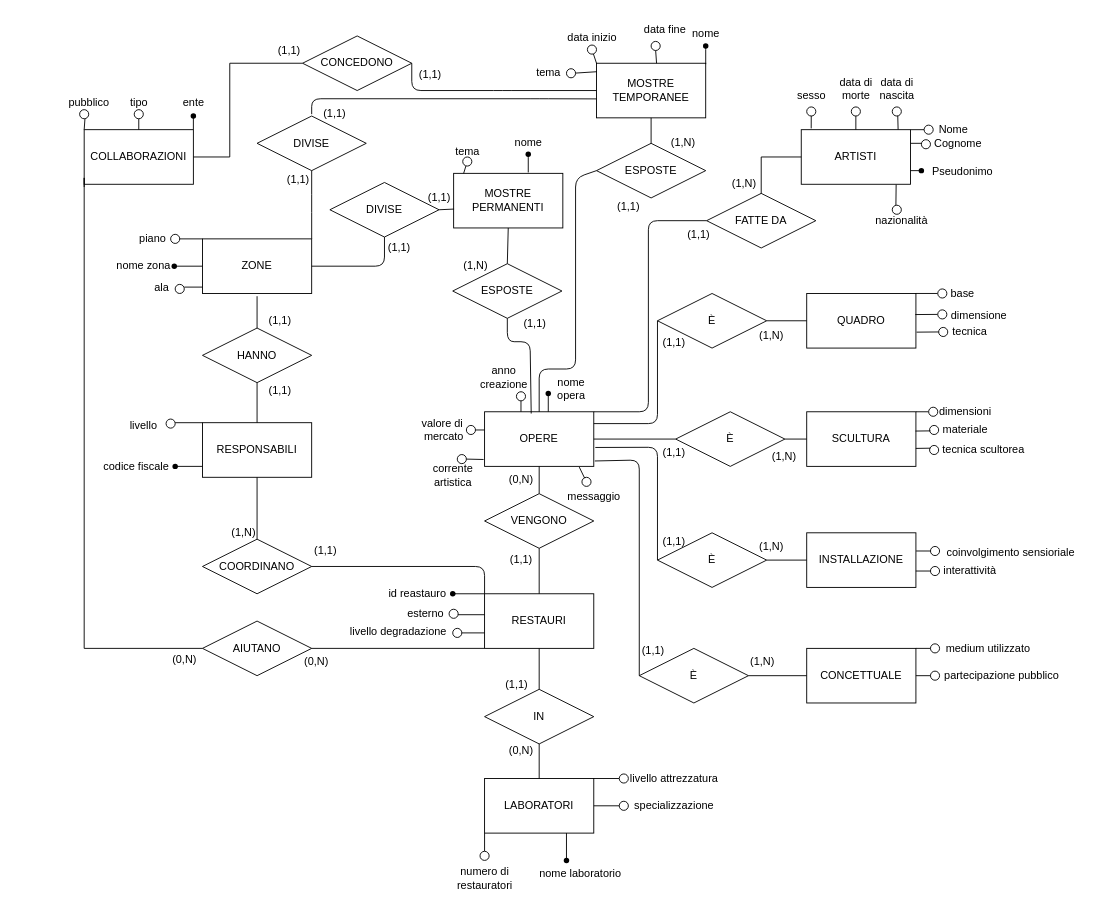
Before: museo-ristrutturato.drawio in ColdBerri/Database-Unipd-2025, a draw.io diagram. Source tidied: cells renumbered, new cells numbered last; positions are measured from the earlier drawing's top-left corner, leaving out a move shared by most shapes. Both pictures are drawn from the tidied source at 91%, with x=0, y=0 at pixel (56, 15).
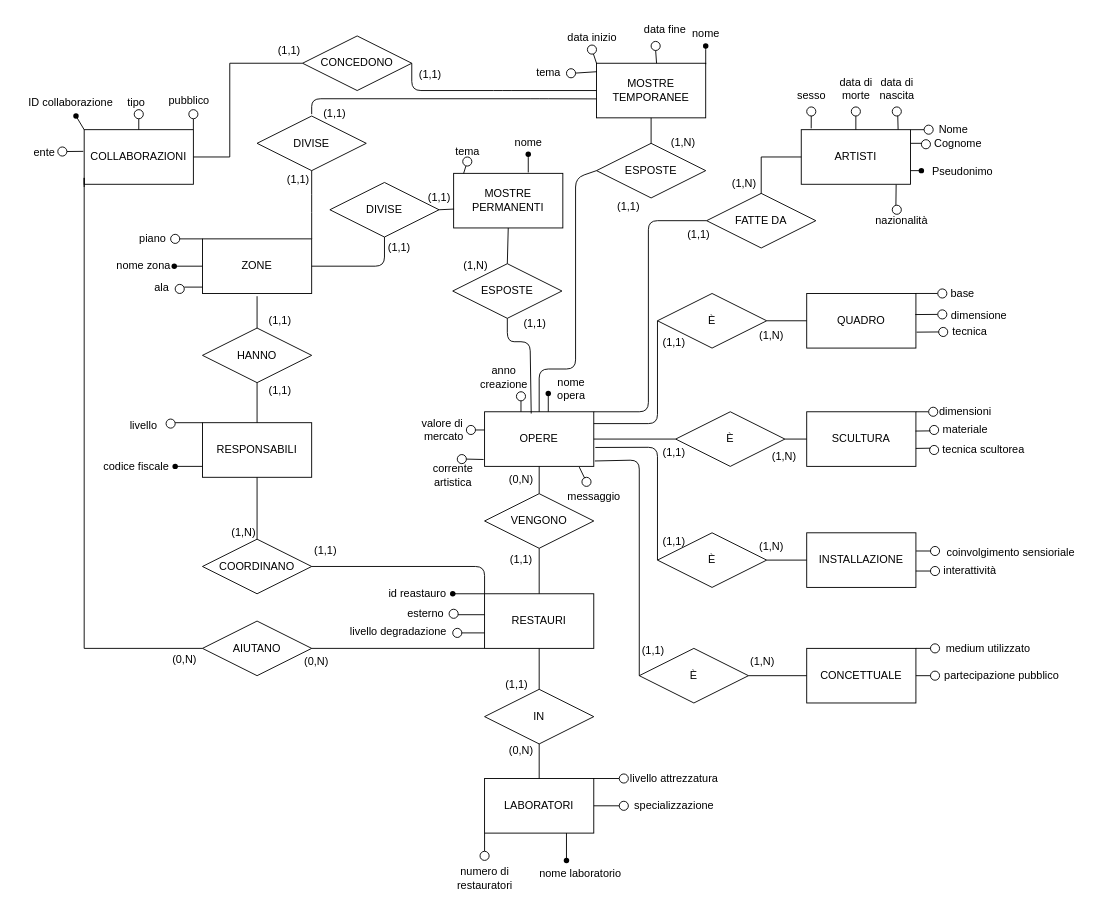
The same page after the edit.

Commit message (it also covers changes not shown here):
aggiunto ID collaborazione all'er

Unchanged cells that the change refers to:
```xml
<mxCell id="28" value="COLLABORAZIONI" style="rounded=0;whiteSpace=wrap;html=1;" parent="1" vertex="1">
  <mxGeometry x="30" y="125" width="120" height="60" as="geometry" />
</mxCell>
```

What changed in the source:
```diff
@@
-    <mxCell id="119" style="endArrow=none;html=1;exitX=1;exitY=0;exitDx=0;exitDy=0;" parent="1" edge="1" source="28">
+    <mxCell id="119" style="endArrow=none;html=1;exitX=1;exitY=0;exitDx=0;exitDy=0;startArrow=none;" parent="1" edge="1" source="128">
       <mxGeometry relative="1" as="geometry">
         <mxPoint x="150" y="108" as="targetPoint" />
       </mxGeometry>
     </mxCell>
-    <mxCell id="120" style="shape=waypoint;sketch=0;fillStyle=solid;size=6;points=[];fillColor=none;perimeter=centerPerimeter;snapToPoint=1;" parent="1" vertex="1">
-      <mxGeometry x="140" y="100" width="20" height="20" as="geometry" />
-    </mxCell>
     <mxCell id="121" value="ente" style="text;html=1;align=center;verticalAlign=middle;strokeColor=none;fillColor=none;" parent="1" vertex="1">
-      <mxGeometry x="125" y="80" width="50" height="30" as="geometry" />
+      <mxGeometry x="-39" y="135" width="50" height="30" as="geometry" />
     </mxCell>
@@
     <mxCell id="125" value="tipo" style="text;html=1;align=center;verticalAlign=middle;strokeColor=none;fillColor=none;" parent="1" vertex="1">
-      <mxGeometry x="70" y="80" width="40" height="30" as="geometry" />
+      <mxGeometry x="67" y="80" width="40" height="30" as="geometry" />
     </mxCell>
-    <mxCell id="126" style="endArrow=none;html=1;entryX=0;entryY=0;entryDx=0;entryDy=0;startArrow=none;" parent="1" edge="1" source="128" target="28">
-      <mxGeometry relative="1" as="geometry" />
-    </mxCell>
-    <mxCell id="127" style="endArrow=none;html=1;entryX=0;entryY=0;entryDx=0;entryDy=0;" parent="1" edge="1" target="128">
-      <mxGeometry relative="1" as="geometry">
-        <mxPoint x="30" y="108" as="sourcePoint" />
-      </mxGeometry>
-    </mxCell>
-    <mxCell id="128" style="ellipse;whiteSpace=wrap;html=1;" parent="1" vertex="1">
-      <mxGeometry x="25" y="103" width="10" height="10" as="geometry" />
-    </mxCell>
     <mxCell id="129" value="pubblico" style="text;html=1;align=center;verticalAlign=middle;strokeColor=none;fillColor=none;" parent="1" vertex="1">
-      <mxGeometry y="80" width="70" height="30" as="geometry" />
+      <mxGeometry x="110" y="78" width="70" height="30" as="geometry" />
     </mxCell>
@@
+    <mxCell id="233" style="endArrow=none;html=1;entryX=-0.008;entryY=0.397;entryDx=0;entryDy=0;entryPerimeter=0;startArrow=none;" parent="1" edge="1" source="234" target="28">
+      <mxGeometry relative="1" as="geometry" />
+    </mxCell>
+    <mxCell id="234" style="ellipse;whiteSpace=wrap;html=1;" parent="1" vertex="1">
+      <mxGeometry x="1" y="144" width="10" height="10" as="geometry" />
+    </mxCell>
+    <mxCell id="235" value="ID collaborazione" style="text;html=1;align=center;verticalAlign=middle;strokeColor=none;fillColor=none;" parent="1" vertex="1">
+      <mxGeometry x="-45" y="80" width="120" height="30" as="geometry" />
+    </mxCell>
+    <mxCell id="236" style="endArrow=none;html=1;exitX=1;exitY=0;exitDx=0;exitDy=0;" parent="1" edge="1" source="28" target="128">
+      <mxGeometry relative="1" as="geometry" />
+    </mxCell>
+    <mxCell id="128" style="ellipse;whiteSpace=wrap;html=1;" parent="1" vertex="1">
+      <mxGeometry x="145" y="103" width="10" height="10" as="geometry" />
+    </mxCell>
+    <mxCell id="237" style="endArrow=none;html=1;entryX=0;entryY=0;entryDx=0;entryDy=0;startArrow=none;" parent="1" edge="1" source="120" target="28">
+      <mxGeometry relative="1" as="geometry" />
+    </mxCell>
+    <mxCell id="238" style="endArrow=none;html=1;entryDx=0;entryDy=0;" parent="1" edge="1" target="120">
+      <mxGeometry relative="1" as="geometry">
+        <mxPoint x="20" y="110" as="sourcePoint" />
+      </mxGeometry>
+    </mxCell>
+    <mxCell id="120" style="shape=waypoint;sketch=0;fillStyle=solid;size=6;points=[];fillColor=none;perimeter=centerPerimeter;snapToPoint=1;" parent="1" vertex="1">
+      <mxGeometry x="11" y="100" width="20" height="20" as="geometry" />
+    </mxCell>
```
